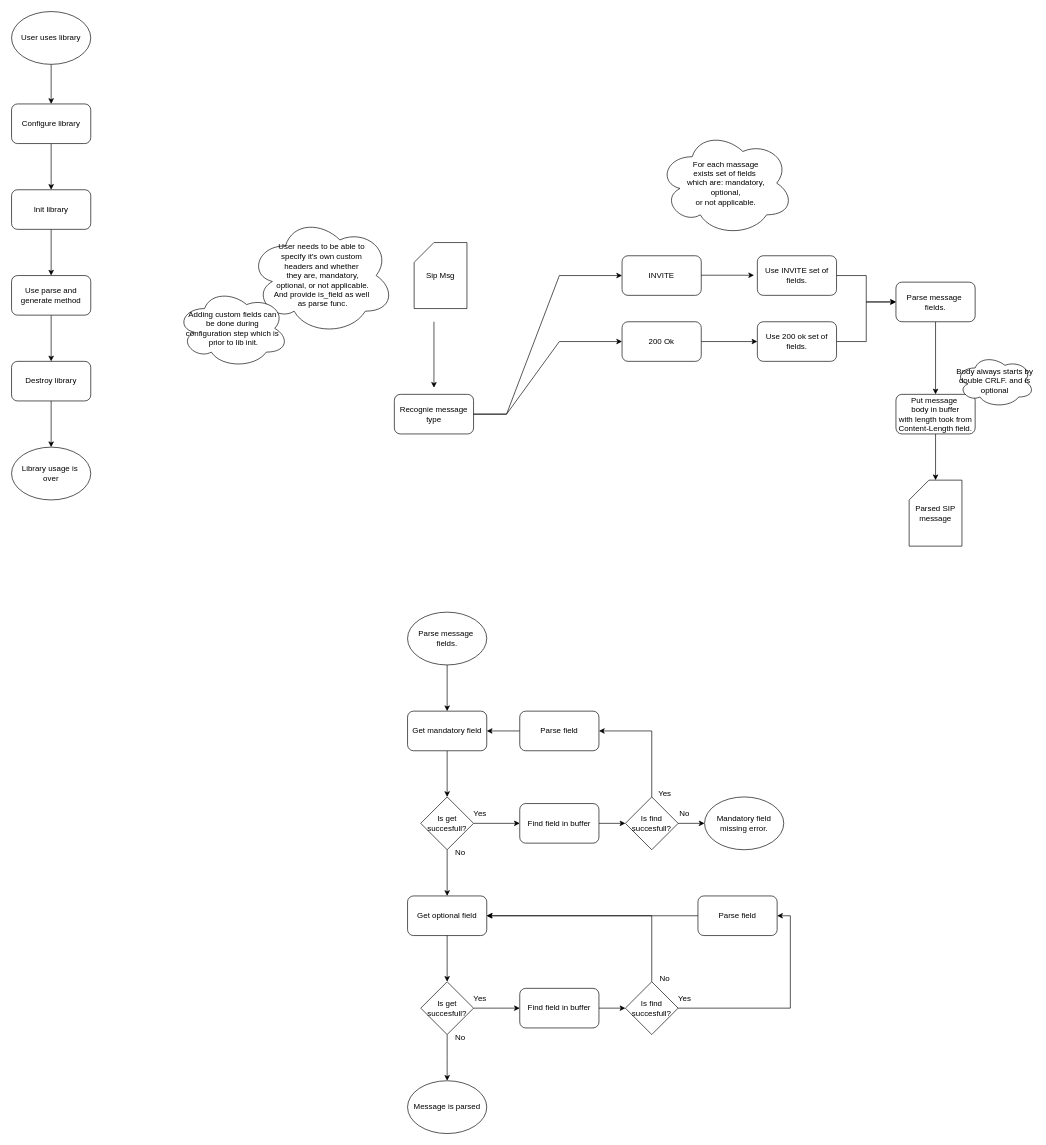
The draw.io diagram page "Flows" (2 of 2) of docs/architecture.drawio in KubaTaba1uga/c_minilib_sip_codec, before the edit. Source tidied: cells renumbered, new cells numbered last; positions are measured from the earlier drawing's top-left corner, leaving out a move shared by most shapes. Both pictures are drawn from the tidied source at 66%, with x=0, y=0 at pixel (11, 11).
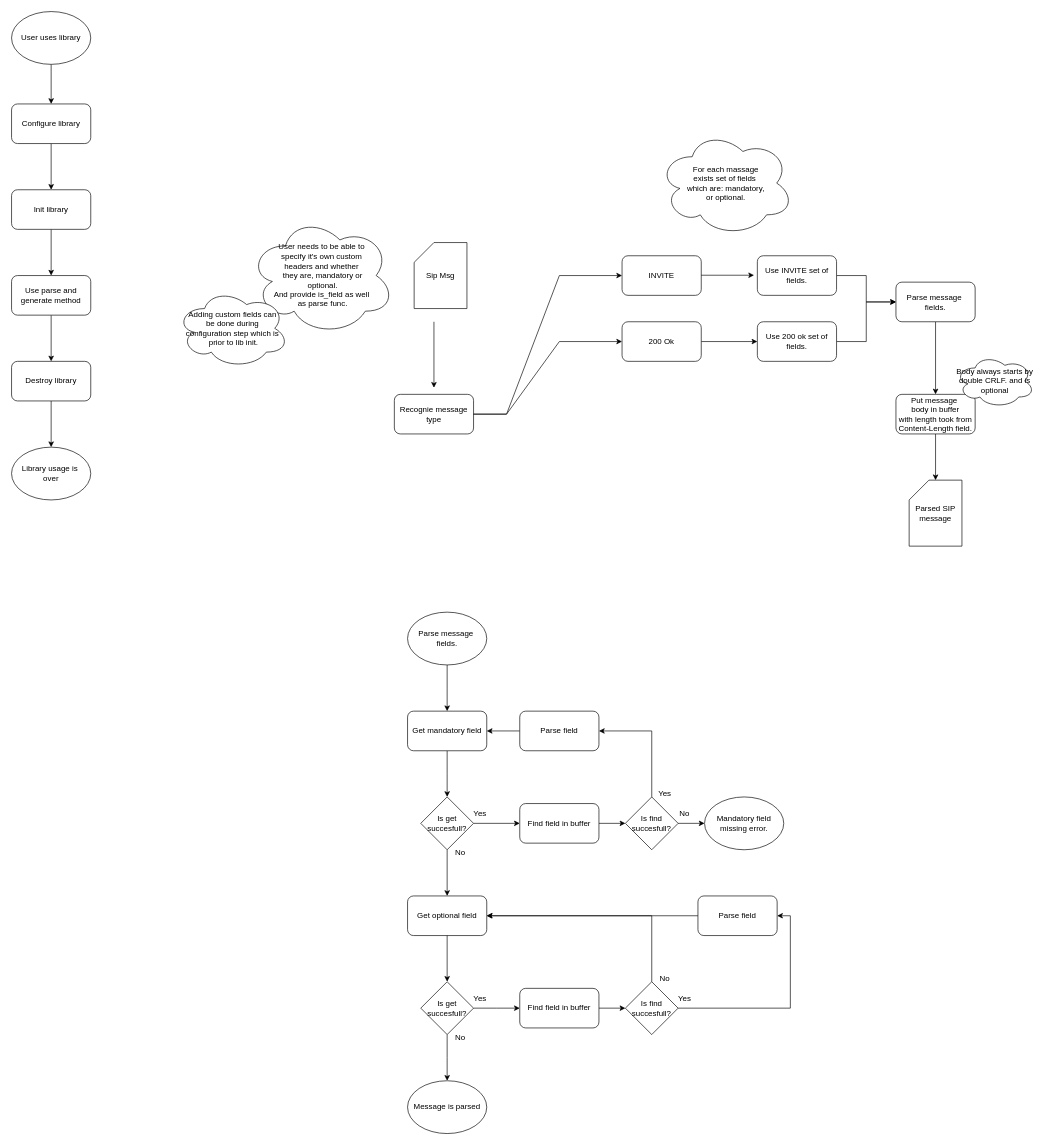
The same page after the edit.

What changed in the source:
```diff
@@
-    <mxCell id="16" value="For each massage&lt;div&gt;exists set of fields&amp;nbsp;&lt;/div&gt;&lt;div&gt;which are: mandatory,&lt;/div&gt;&lt;div&gt;&amp;nbsp;optional,&amp;nbsp;&lt;/div&gt;&lt;div&gt;or not applicable.&lt;/div&gt;" style="ellipse;shape=cloud;whiteSpace=wrap;html=1;" parent="1" vertex="1">
+    <mxCell id="16" value="For each massage&lt;div&gt;exists set of fields&amp;nbsp;&lt;/div&gt;&lt;div&gt;which are: mandatory,&lt;/div&gt;&lt;div&gt;or optional&lt;span style=&quot;background-color: transparent; color: light-dark(rgb(0, 0, 0), rgb(255, 255, 255));&quot;&gt;.&lt;/span&gt;&lt;/div&gt;" style="ellipse;shape=cloud;whiteSpace=wrap;html=1;" parent="1" vertex="1">
       <mxGeometry x="980" y="180" width="205" height="160" as="geometry" />
     </mxCell>
@@
-    <mxCell id="42" value="User needs to be able to&lt;div&gt;&amp;nbsp;specify&amp;nbsp;&lt;span style=&quot;background-color: transparent; color: light-dark(rgb(0, 0, 0), rgb(255, 255, 255));&quot;&gt;it's own custom&amp;nbsp;&lt;/span&gt;&lt;/div&gt;&lt;div&gt;&lt;span style=&quot;background-color: transparent; color: light-dark(rgb(0, 0, 0), rgb(255, 255, 255));&quot;&gt;headers and whether&lt;/span&gt;&lt;/div&gt;&lt;div&gt;&lt;span style=&quot;background-color: transparent; color: light-dark(rgb(0, 0, 0), rgb(255, 255, 255));&quot;&gt;&amp;nbsp;they are, mandatory,&lt;/span&gt;&lt;/div&gt;&lt;div&gt;&lt;span style=&quot;background-color: transparent; color: light-dark(rgb(0, 0, 0), rgb(255, 255, 255));&quot;&gt;&amp;nbsp;optional, or not applicable.&lt;/span&gt;&lt;div&gt;&lt;div&gt;And provide is_field as well&lt;/div&gt;&lt;div&gt;&amp;nbsp;as parse func.&lt;/div&gt;&lt;/div&gt;&lt;/div&gt;" style="ellipse;shape=cloud;whiteSpace=wrap;html=1;" parent="1" vertex="1">
+    <mxCell id="42" value="User needs to be able to&lt;div&gt;&amp;nbsp;specify&amp;nbsp;&lt;span style=&quot;background-color: transparent; color: light-dark(rgb(0, 0, 0), rgb(255, 255, 255));&quot;&gt;it's own custom&amp;nbsp;&lt;/span&gt;&lt;/div&gt;&lt;div&gt;&lt;span style=&quot;background-color: transparent; color: light-dark(rgb(0, 0, 0), rgb(255, 255, 255));&quot;&gt;headers and whether&lt;/span&gt;&lt;/div&gt;&lt;div&gt;&lt;span style=&quot;background-color: transparent; color: light-dark(rgb(0, 0, 0), rgb(255, 255, 255));&quot;&gt;&amp;nbsp;they are, mandatory or&lt;/span&gt;&lt;/div&gt;&lt;div&gt;&lt;span style=&quot;background-color: transparent; color: light-dark(rgb(0, 0, 0), rgb(255, 255, 255));&quot;&gt;&amp;nbsp;optional.&lt;/span&gt;&lt;div&gt;&lt;div&gt;And provide is_field as well&lt;/div&gt;&lt;div&gt;&amp;nbsp;as parse func.&lt;/div&gt;&lt;/div&gt;&lt;/div&gt;" style="ellipse;shape=cloud;whiteSpace=wrap;html=1;" parent="1" vertex="1">
       <mxGeometry x="360" y="310" width="220" height="180" as="geometry" />
     </mxCell>
```
